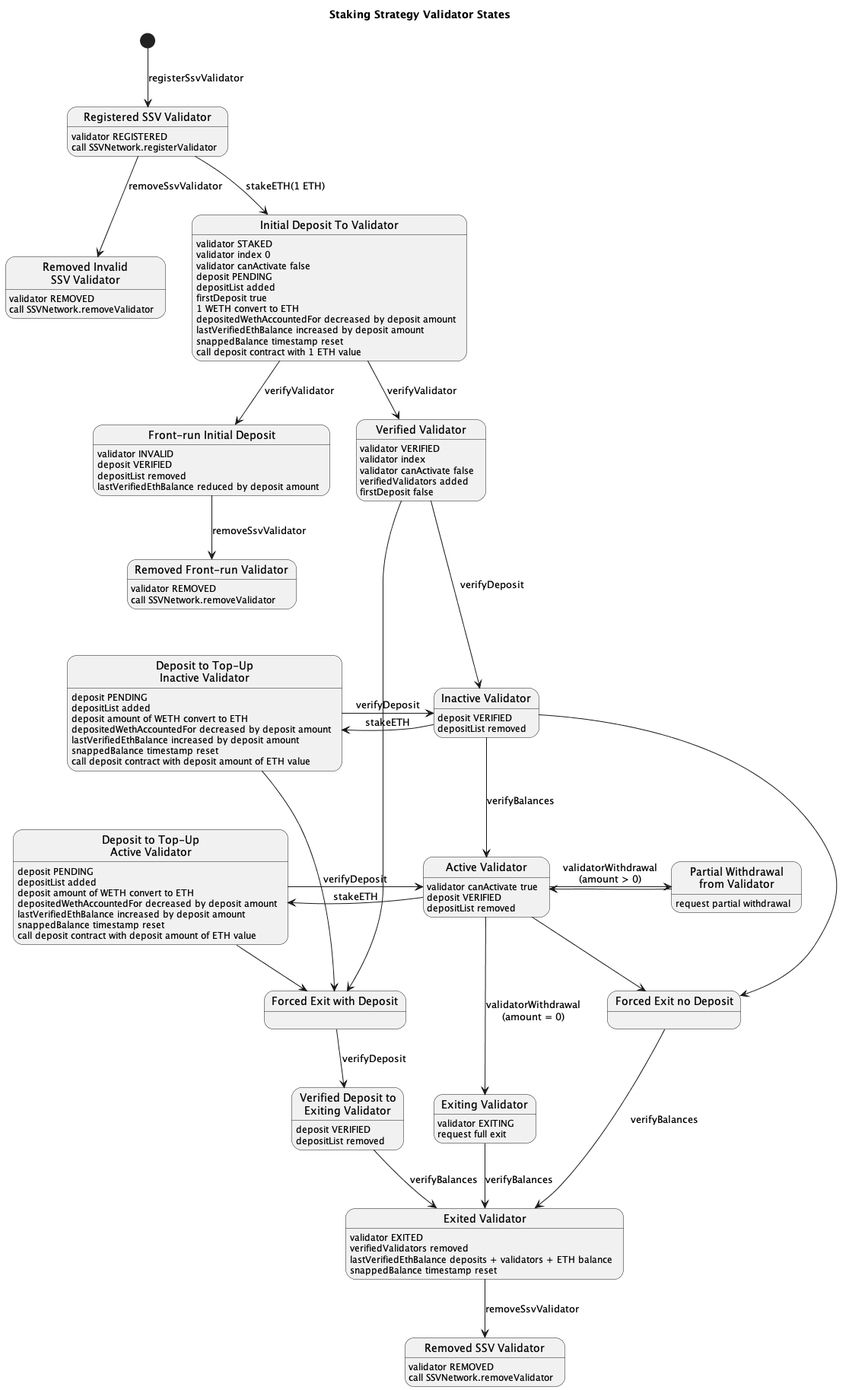
Earlier version of the PlantUML export contracts/docs/plantuml/stakingStates.png (OriginProtocol/origin-dollar).
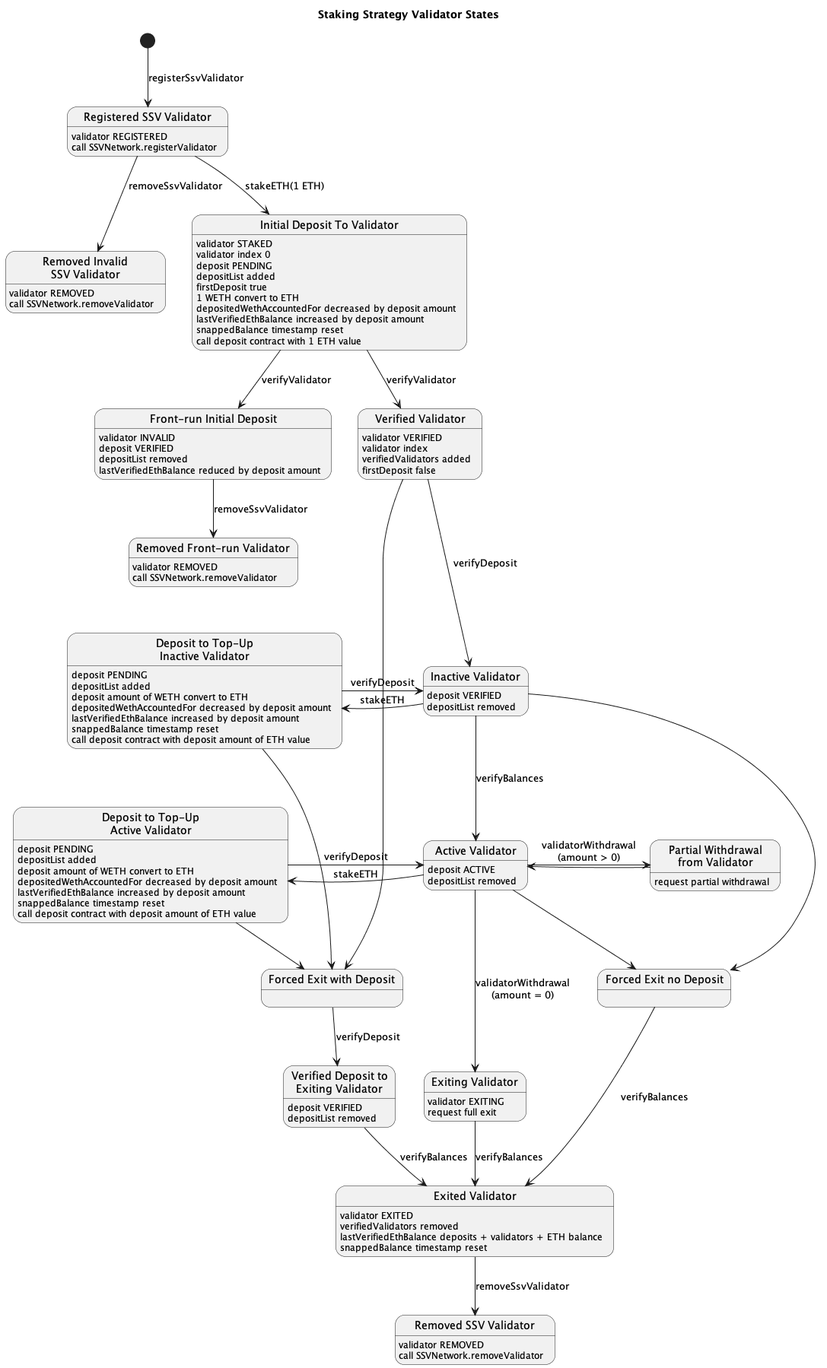
The same diagram one commit later.

Commit message:
Updated state diagram

What changed in the source:
```diff
@@ -13,7 +13,6 @@
 state "Initial Deposit To Validator" as InitialDeposit
 InitialDeposit : validator STAKED
 InitialDeposit : validator index 0
-InitialDeposit : validator canActivate false
 InitialDeposit : deposit PENDING
 InitialDeposit : depositList added
 InitialDeposit : firstDeposit true
@@ -36,7 +35,6 @@
 state "Verified Validator" as VerifiedValidator
 VerifiedValidator : validator VERIFIED
 VerifiedValidator : validator index
-VerifiedValidator : validator canActivate false
 VerifiedValidator : verifiedValidators added
 VerifiedValidator : firstDeposit false
 
@@ -45,8 +43,7 @@
 VerifiedDepositInactive : depositList removed
 
 state "Active Validator" as VerifiedDepositActive
-VerifiedDepositActive : validator canActivate true
-VerifiedDepositActive : deposit VERIFIED
+VerifiedDepositActive : deposit ACTIVE
 VerifiedDepositActive : depositList removed
 
 state "Verified Deposit to\nExiting Validator" as DepositToExitingValidator
```
